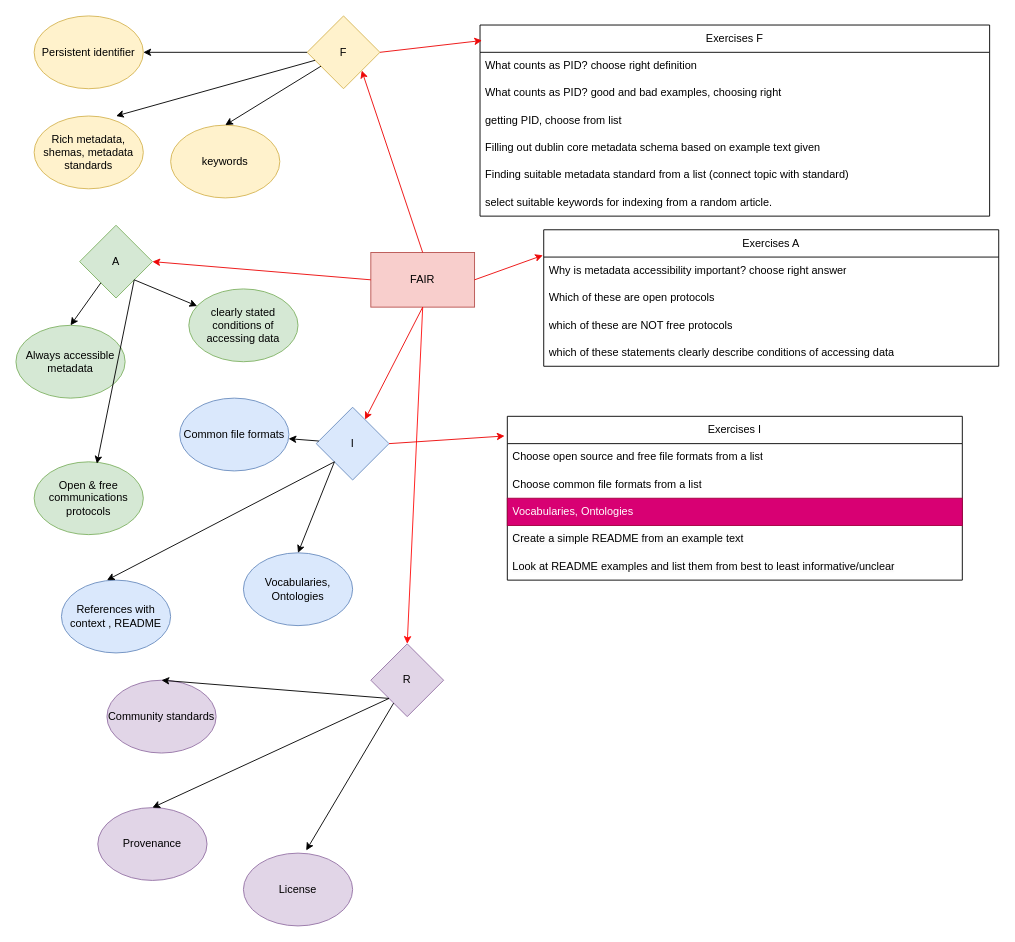
This is Untitled Diagram.drawio from diana-pilvar/DM-materials-ELIXIR-EE, a draw.io file, before an edit. Source tidied: cells renumbered, new cells numbered last; positions are measured from the earlier drawing's top-left corner, leaving out a move shared by most shapes. Both pictures are drawn from the tidied source at 91%, with x=0, y=0 at pixel (15, 15).
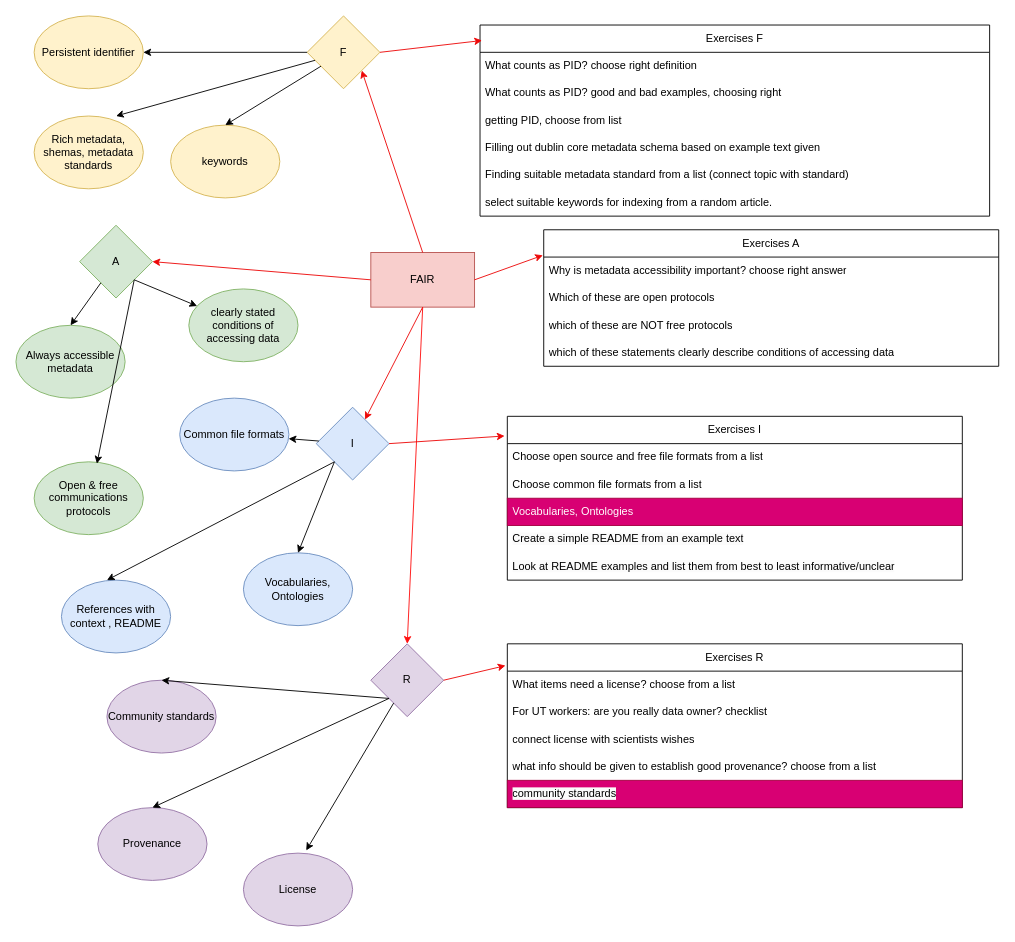
After the change.

Diff of the diagram source:
```diff
@@
+    <mxCell id="56" value="Exercises R" style="swimlane;fontStyle=0;horizontal=1;startSize=30;whiteSpace=wrap;html=1;" parent="1" vertex="1">
+      <mxGeometry x="540" y="690" width="500" height="180" as="geometry" />
+    </mxCell>
+    <mxCell id="57" value="What items need a license? choose from a list" style="text;strokeColor=none;fillColor=none;align=left;verticalAlign=middle;spacingLeft=4;spacingRight=4;overflow=hidden;whiteSpace=wrap;html=1;" parent="56" vertex="1">
+      <mxGeometry y="30" width="500" height="30" as="geometry" />
+    </mxCell>
+    <mxCell id="58" value="For UT workers: are you really data owner? checklist&amp;nbsp;" style="text;strokeColor=none;fillColor=none;align=left;verticalAlign=middle;spacingLeft=4;spacingRight=4;overflow=hidden;whiteSpace=wrap;html=1;" parent="56" vertex="1">
+      <mxGeometry y="60" width="500" height="30" as="geometry" />
+    </mxCell>
+    <mxCell id="59" value="connect license with scientists wishes" style="text;align=left;verticalAlign=middle;spacingLeft=4;spacingRight=4;overflow=hidden;whiteSpace=wrap;html=1;" parent="56" vertex="1">
+      <mxGeometry y="90" width="500" height="30" as="geometry" />
+    </mxCell>
+    <mxCell id="60" value="what info should be given to establish good provenance? choose from a list" style="text;strokeColor=none;fillColor=none;align=left;verticalAlign=middle;spacingLeft=4;spacingRight=4;overflow=hidden;whiteSpace=wrap;html=1;" parent="56" vertex="1">
+      <mxGeometry y="120" width="500" height="30" as="geometry" />
+    </mxCell>
+    <mxCell id="61" value="&lt;span style=&quot;color: rgb(0, 0, 0); font-family: Helvetica; font-size: 12px; font-style: normal; font-variant-ligatures: normal; font-variant-caps: normal; font-weight: 400; letter-spacing: normal; orphans: 2; text-align: left; text-indent: 0px; text-transform: none; widows: 2; word-spacing: 0px; -webkit-text-stroke-width: 0px; background-color: rgb(251, 251, 251); text-decoration-thickness: initial; text-decoration-style: initial; text-decoration-color: initial; float: none; display: inline !important;&quot;&gt;community standards&lt;/span&gt;" style="text;strokeColor=#A50040;fillColor=#d80073;align=left;verticalAlign=middle;spacingLeft=4;spacingRight=4;overflow=hidden;whiteSpace=wrap;html=1;fontColor=#ffffff;" parent="56" vertex="1">
+      <mxGeometry y="150" width="500" height="30" as="geometry" />
+    </mxCell>
+    <mxCell id="62" style="endArrow=classic;html=1;rounded=0;strokeColor=#ed0707;entryX=-0.004;entryY=0.133;entryDx=0;entryDy=0;entryPerimeter=0;" parent="1" edge="1" target="56">
+      <mxGeometry relative="1" as="geometry">
+        <mxPoint x="470" y="730" as="sourcePoint" />
+      </mxGeometry>
+    </mxCell>
```
